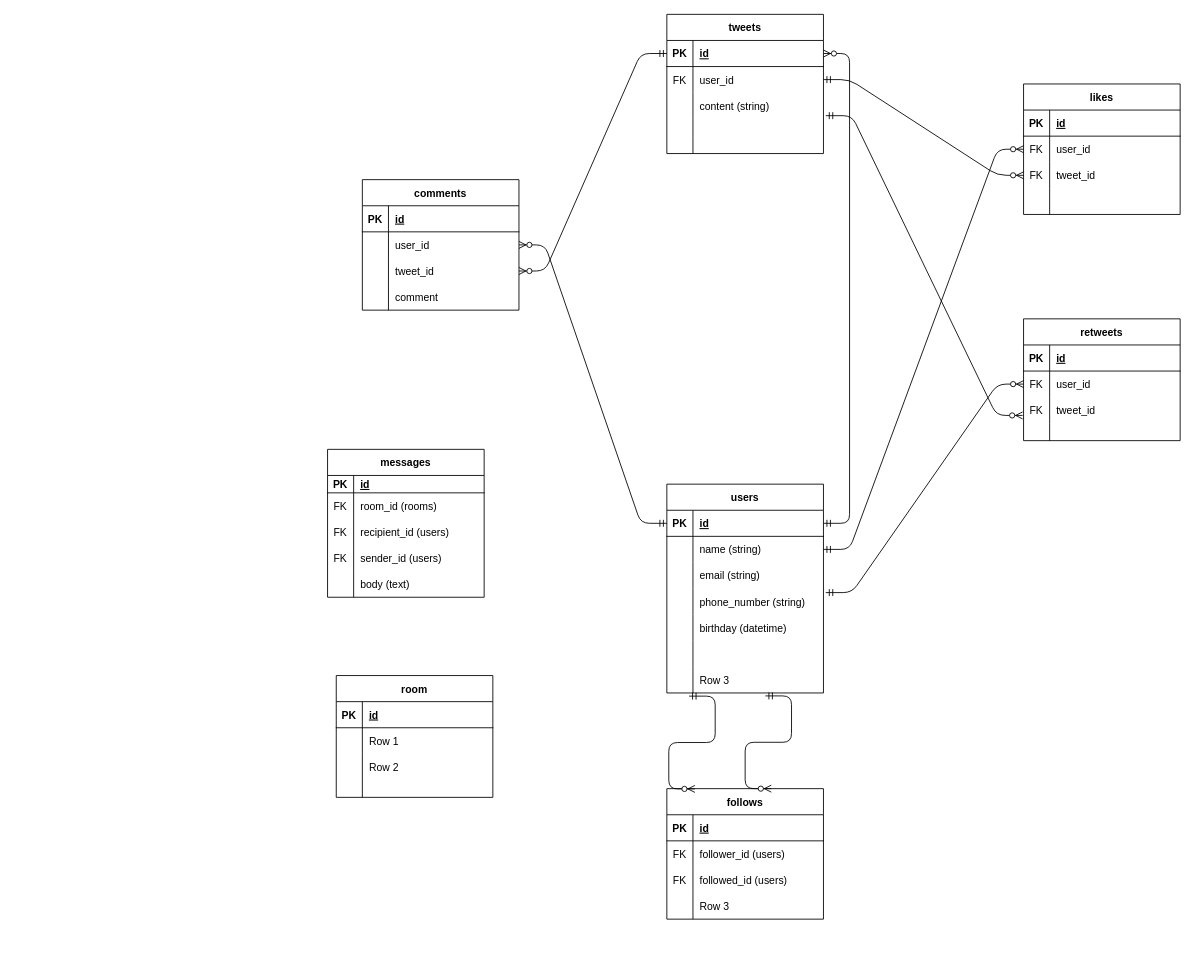
This is page "Xクローン全体像" (1 of 2) of rails/x_clone.dio from yuuu1654/daily_report, a draw.io file, before an edit. Source tidied: cells renumbered, new cells numbered last; positions are measured from the earlier drawing's top-left corner, leaving out a move shared by most shapes. Both pictures are drawn from the tidied source at 87%, with x=0, y=0 at pixel (327, 14).
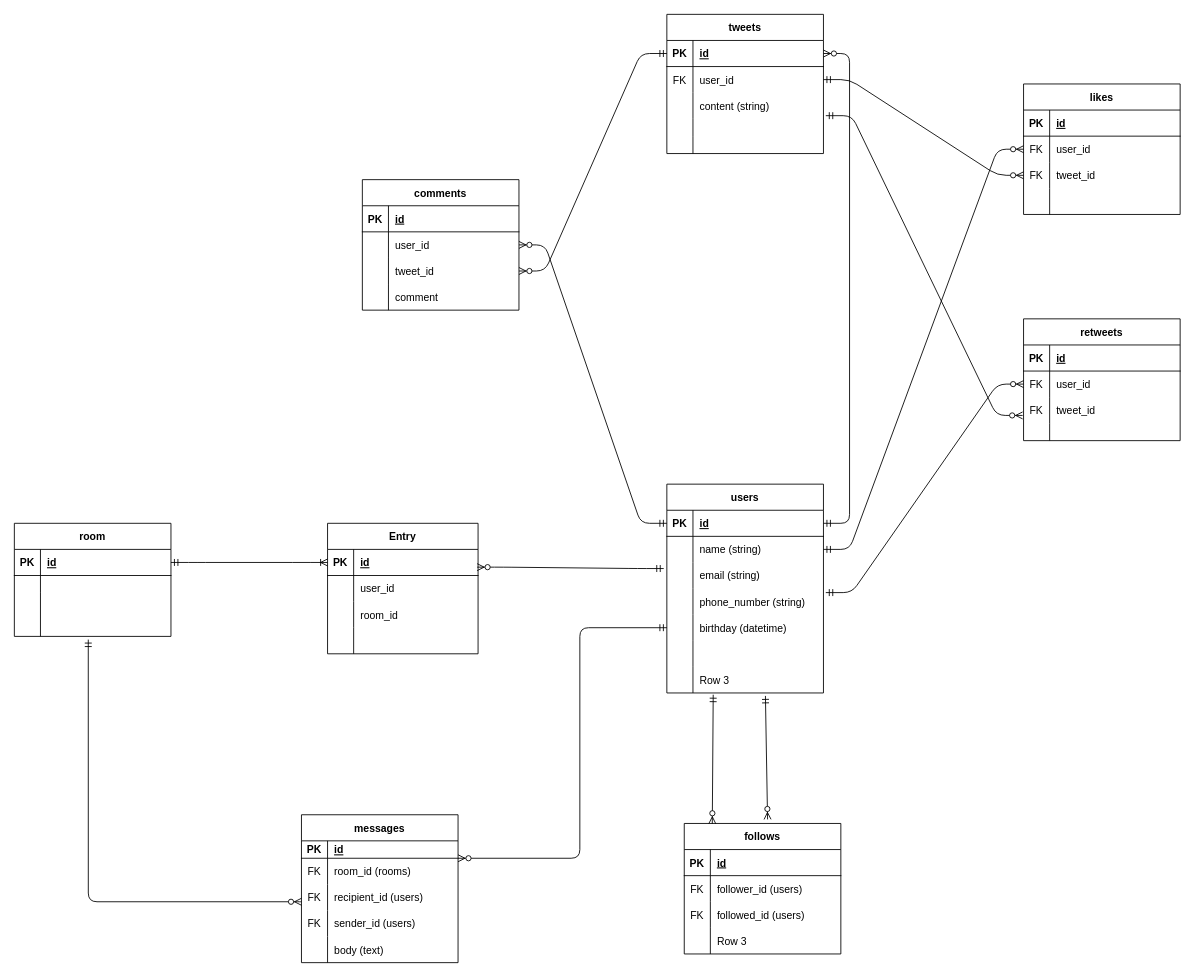
Above is the later version.

Unchanged cells that the change refers to:
```xml
<mxCell id="6" style="shape=tableRow;horizontal=0;startSize=0;swimlaneHead=0;swimlaneBody=0;fillColor=none;points=[[0,0.5],[1,0.5]];portConstraint=eastwest;top=0;left=0;right=0;bottom=0;" parent="2" vertex="1">
  <mxGeometry y="50" width="180" height="30" as="geometry" />
</mxCell>
<mxCell id="25" style="shape=tableRow;horizontal=0;startSize=0;swimlaneHead=0;swimlaneBody=0;fillColor=none;points=[[0,0.5],[1,0.5]];portConstraint=eastwest;top=0;left=0;right=0;bottom=0;" parent="18" vertex="1">
  <mxGeometry y="90" width="180" height="30" as="geometry" />
</mxCell>
<mxCell id="31" style="shape=tableRow;horizontal=0;startSize=0;swimlaneHead=0;swimlaneBody=0;fillColor=none;points=[[0,0.5],[1,0.5]];portConstraint=eastwest;top=0;left=0;right=0;bottom=0;" parent="18" vertex="1">
  <mxGeometry y="150" width="180" height="30" as="geometry" />
</mxCell>
<mxCell id="37" style="shape=tableRow;horizontal=0;startSize=0;swimlaneHead=0;swimlaneBody=0;fillColor=none;points=[[0,0.5],[1,0.5]];portConstraint=eastwest;top=0;left=0;right=0;bottom=0;" parent="18" vertex="1">
  <mxGeometry y="210" width="180" height="30" as="geometry" />
</mxCell>
<mxCell id="118" style="shape=tableRow;horizontal=0;startSize=0;swimlaneHead=0;swimlaneBody=0;fillColor=none;points=[[0,0.5],[1,0.5]];portConstraint=eastwest;top=0;left=0;right=0;bottom=1;" parent="117" vertex="1">
  <mxGeometry y="30" width="180" height="30" as="geometry" />
</mxCell>
```

The edit, as a diff of the source:
```diff
@@
     <mxCell id="2" value="messages" style="shape=table;startSize=30;childLayout=tableLayout;rowLines=0;fontStyle=1;align=center;" parent="1" vertex="1">
-      <mxGeometry y="500" width="180" height="170" as="geometry" />
+      <mxGeometry x="-30" y="920" width="180" height="170" as="geometry" />
     </mxCell>
@@
     <mxCell id="56" value="follows" style="shape=table;startSize=30;childLayout=tableLayout;rowLines=0;fontStyle=1;align=center;" parent="1" vertex="1">
-      <mxGeometry x="390" y="890" width="180" height="150" as="geometry" />
+      <mxGeometry x="410" y="930" width="180" height="150" as="geometry" />
     </mxCell>
@@
-    <mxCell id="70" style="edgeStyle=entityRelationEdgeStyle;fontSize=12;html=1;endArrow=ERzeroToMany;startArrow=ERmandOne;exitX=0.142;exitY=1.122;exitDx=0;exitDy=0;exitPerimeter=0;entryX=0.179;entryY=0.002;entryDx=0;entryDy=0;entryPerimeter=0;" parent="1" edge="1" source="37" target="56">
+    <mxCell id="70" style="fontSize=12;html=1;endArrow=ERzeroToMany;startArrow=ERmandOne;exitX=0.296;exitY=1.067;exitDx=0;exitDy=0;exitPerimeter=0;entryX=0.179;entryY=0.002;entryDx=0;entryDy=0;entryPerimeter=0;" parent="1" edge="1" source="37" target="56">
       <mxGeometry relative="1" as="geometry" />
     </mxCell>
@@
-    <mxCell id="116" style="edgeStyle=entityRelationEdgeStyle;fontSize=12;html=1;endArrow=ERzeroToMany;startArrow=ERmandOne;exitX=0.142;exitY=1.122;exitDx=0;exitDy=0;exitPerimeter=0;entryX=0.179;entryY=0.002;entryDx=0;entryDy=0;entryPerimeter=0;" parent="1" edge="1">
+    <mxCell id="116" style="fontSize=12;html=1;endArrow=ERzeroToMany;startArrow=ERmandOne;exitX=0.142;exitY=1.122;exitDx=0;exitDy=0;exitPerimeter=0;entryX=0.532;entryY=-0.031;entryDx=0;entryDy=0;entryPerimeter=0;" parent="1" edge="1" target="56">
       <mxGeometry relative="1" as="geometry">
         <mxPoint x="503.3" y="783.4" as="sourcePoint" />
-        <mxPoint x="510" y="890" as="targetPoint" />
       </mxGeometry>
     </mxCell>
     <mxCell id="117" value="room" style="shape=table;startSize=30;childLayout=tableLayout;rowLines=0;fontStyle=1;align=center;" parent="1" vertex="1">
-      <mxGeometry x="10" y="760" width="180" height="140" as="geometry" />
+      <mxGeometry x="-360" y="585" width="180" height="130" as="geometry" />
     </mxCell>
@@
     <mxCell id="121" style="shape=tableRow;horizontal=0;startSize=0;swimlaneHead=0;swimlaneBody=0;fillColor=none;top=0;left=0;right=0;bottom=0;" parent="117" vertex="1">
-      <mxGeometry y="60" width="180" height="30" as="geometry" />
+      <mxGeometry y="60" width="180" height="20" as="geometry" />
     </mxCell>
     <mxCell id="122" style="shape=partialRectangle;fillColor=none;top=0;left=0;bottom=0;right=0;overflow=hidden;" parent="121" vertex="1">
-      <mxGeometry width="30" height="30" as="geometry" />
+      <mxGeometry width="30" height="20" as="geometry" />
     </mxCell>
-    <mxCell id="123" value="Row 1" style="shape=partialRectangle;fillColor=none;top=0;left=0;bottom=0;right=0;align=left;spacingLeft=6;overflow=hidden;" parent="121" vertex="1">
-      <mxGeometry x="30" width="150" height="30" as="geometry" />
+    <mxCell id="123" style="shape=partialRectangle;fillColor=none;top=0;left=0;bottom=0;right=0;align=left;spacingLeft=6;overflow=hidden;" parent="121" vertex="1">
+      <mxGeometry x="30" width="150" height="20" as="geometry" />
     </mxCell>
     <mxCell id="124" style="shape=tableRow;horizontal=0;startSize=0;swimlaneHead=0;swimlaneBody=0;fillColor=none;top=0;left=0;right=0;bottom=0;" parent="117" vertex="1">
-      <mxGeometry y="90" width="180" height="30" as="geometry" />
+      <mxGeometry y="80" width="180" height="30" as="geometry" />
     </mxCell>
@@
-    <mxCell id="126" value="Row 2" style="shape=partialRectangle;fillColor=none;top=0;left=0;bottom=0;right=0;align=left;spacingLeft=6;overflow=hidden;" parent="124" vertex="1">
+    <mxCell id="126" style="shape=partialRectangle;fillColor=none;top=0;left=0;bottom=0;right=0;align=left;spacingLeft=6;overflow=hidden;" parent="124" vertex="1">
       <mxGeometry x="30" width="150" height="30" as="geometry" />
     </mxCell>
     <mxCell id="127" style="shape=tableRow;horizontal=0;startSize=0;swimlaneHead=0;swimlaneBody=0;fillColor=none;points=[[0,0.5],[1,0.5]];portConstraint=eastwest;top=0;left=0;right=0;bottom=0;" parent="117" vertex="1">
-      <mxGeometry y="120" width="180" height="20" as="geometry" />
+      <mxGeometry y="110" width="180" height="20" as="geometry" />
     </mxCell>
@@
+    <mxCell id="130" value="Entry" style="shape=table;startSize=30;childLayout=tableLayout;rowLines=0;fontStyle=1;align=center;" parent="1" vertex="1">
+      <mxGeometry y="585" width="173" height="150" as="geometry" />
+    </mxCell>
+    <mxCell id="131" style="shape=tableRow;horizontal=0;startSize=0;swimlaneHead=0;swimlaneBody=0;fillColor=none;points=[[0,0.5],[1,0.5]];portConstraint=eastwest;top=0;left=0;right=0;bottom=1;" parent="130" vertex="1">
+      <mxGeometry y="30" width="173" height="30" as="geometry" />
+    </mxCell>
+    <mxCell id="132" value="PK" style="shape=partialRectangle;fillColor=none;top=0;left=0;bottom=0;right=0;fontStyle=1;overflow=hidden;" parent="131" vertex="1">
+      <mxGeometry width="30" height="30" as="geometry" />
+    </mxCell>
+    <mxCell id="133" value="id" style="shape=partialRectangle;fillColor=none;top=0;left=0;bottom=0;right=0;align=left;spacingLeft=6;fontStyle=5;overflow=hidden;" parent="131" vertex="1">
+      <mxGeometry x="30" width="143" height="30" as="geometry" />
+    </mxCell>
+    <mxCell id="134" style="shape=tableRow;horizontal=0;startSize=0;swimlaneHead=0;swimlaneBody=0;fillColor=none;top=0;left=0;right=0;bottom=0;" parent="130" vertex="1">
+      <mxGeometry y="60" width="173" height="30" as="geometry" />
+    </mxCell>
+    <mxCell id="135" style="shape=partialRectangle;fillColor=none;top=0;left=0;bottom=0;right=0;overflow=hidden;" parent="134" vertex="1">
+      <mxGeometry width="30" height="30" as="geometry" />
+    </mxCell>
+    <mxCell id="136" value="user_id" style="shape=partialRectangle;fillColor=none;top=0;left=0;bottom=0;right=0;align=left;spacingLeft=6;overflow=hidden;" parent="134" vertex="1">
+      <mxGeometry x="30" width="143" height="30" as="geometry" />
+    </mxCell>
+    <mxCell id="137" style="shape=tableRow;horizontal=0;startSize=0;swimlaneHead=0;swimlaneBody=0;fillColor=none;top=0;left=0;right=0;bottom=0;" parent="130" vertex="1">
+      <mxGeometry y="90" width="173" height="30" as="geometry" />
+    </mxCell>
+    <mxCell id="138" style="shape=partialRectangle;fillColor=none;top=0;left=0;bottom=0;right=0;overflow=hidden;" parent="137" vertex="1">
+      <mxGeometry width="30" height="30" as="geometry" />
+    </mxCell>
+    <mxCell id="139" value="room_id" style="shape=partialRectangle;fillColor=none;top=0;left=0;bottom=0;right=0;align=left;spacingLeft=6;overflow=hidden;" parent="137" vertex="1">
+      <mxGeometry x="30" width="143" height="30" as="geometry" />
+    </mxCell>
+    <mxCell id="140" style="shape=tableRow;horizontal=0;startSize=0;swimlaneHead=0;swimlaneBody=0;fillColor=none;top=0;left=0;right=0;bottom=0;" parent="130" vertex="1">
+      <mxGeometry y="120" width="173" height="30" as="geometry" />
+    </mxCell>
+    <mxCell id="141" style="shape=partialRectangle;fillColor=none;top=0;left=0;bottom=0;right=0;overflow=hidden;" parent="140" vertex="1">
+      <mxGeometry width="30" height="30" as="geometry" />
+    </mxCell>
+    <mxCell id="142" style="shape=partialRectangle;fillColor=none;top=0;left=0;bottom=0;right=0;align=left;spacingLeft=6;overflow=hidden;" parent="140" vertex="1">
+      <mxGeometry x="30" width="143" height="30" as="geometry" />
+    </mxCell>
+    <mxCell id="143" style="edgeStyle=entityRelationEdgeStyle;fontSize=12;html=1;endArrow=ERoneToMany;startArrow=ERmandOne;exitX=1;exitY=0.5;exitDx=0;exitDy=0;entryX=0;entryY=0.5;entryDx=0;entryDy=0;" parent="1" edge="1" source="118" target="131">
+      <mxGeometry relative="1" as="geometry" />
+    </mxCell>
+    <mxCell id="144" style="edgeStyle=entityRelationEdgeStyle;fontSize=12;html=1;endArrow=ERzeroToMany;startArrow=ERmandOne;exitX=-0.02;exitY=0.233;exitDx=0;exitDy=0;exitPerimeter=0;entryX=0.994;entryY=0.68;entryDx=0;entryDy=0;entryPerimeter=0;" parent="1" edge="1" source="25" target="131">
+      <mxGeometry relative="1" as="geometry" />
+    </mxCell>
+    <mxCell id="145" style="edgeStyle=orthogonalEdgeStyle;fontSize=12;html=1;endArrow=ERzeroToMany;startArrow=ERmandOne;exitX=0.472;exitY=1.183;exitDx=0;exitDy=0;exitPerimeter=0;" parent="1" edge="1" source="127">
+      <mxGeometry relative="1" as="geometry">
+        <mxPoint x="-30" y="1020" as="targetPoint" />
+        <Array as="points">
+          <mxPoint x="-275" y="1020" />
+          <mxPoint x="-32" y="1020" />
+        </Array>
+      </mxGeometry>
+    </mxCell>
+    <mxCell id="146" style="fontSize=12;html=1;endArrow=ERzeroToMany;startArrow=ERmandOne;entryX=1;entryY=0;entryDx=0;entryDy=0;entryPerimeter=0;edgeStyle=orthogonalEdgeStyle;exitX=0;exitY=0.5;exitDx=0;exitDy=0;" parent="1" edge="1" source="31" target="6">
+      <mxGeometry relative="1" as="geometry">
+        <Array as="points">
+          <mxPoint x="290" y="705" />
+          <mxPoint x="290" y="970" />
+        </Array>
+      </mxGeometry>
+    </mxCell>
```
